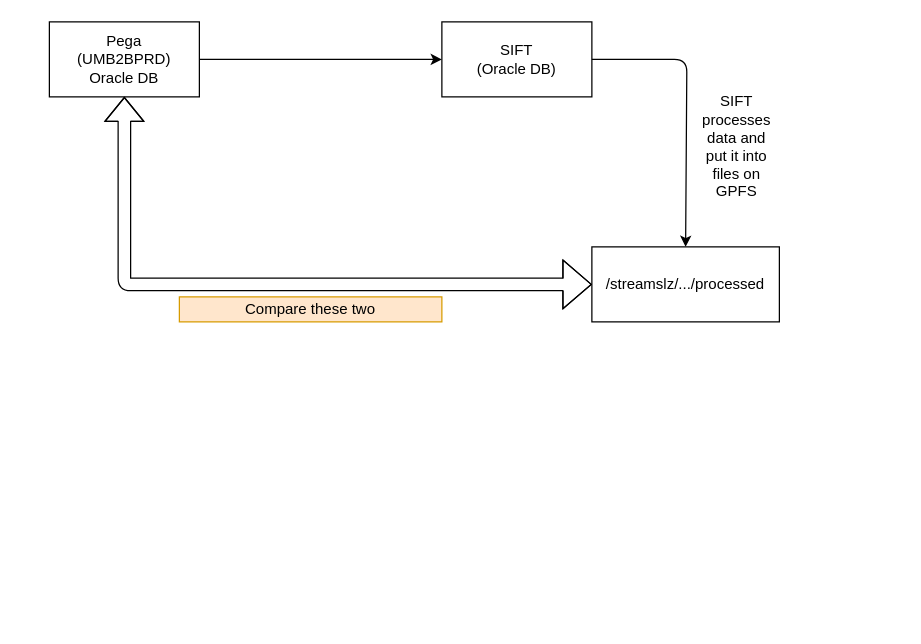
Above: Untitled Diagram.drawio in bilalmaxood/rep1 (draw.io), before the change. Source tidied: cells renumbered, new cells numbered last; positions are measured from the earlier drawing's top-left corner, leaving out a move shared by most shapes. Both pictures are drawn from the tidied source at 125%, with x=0, y=0 at pixel (49, 21).
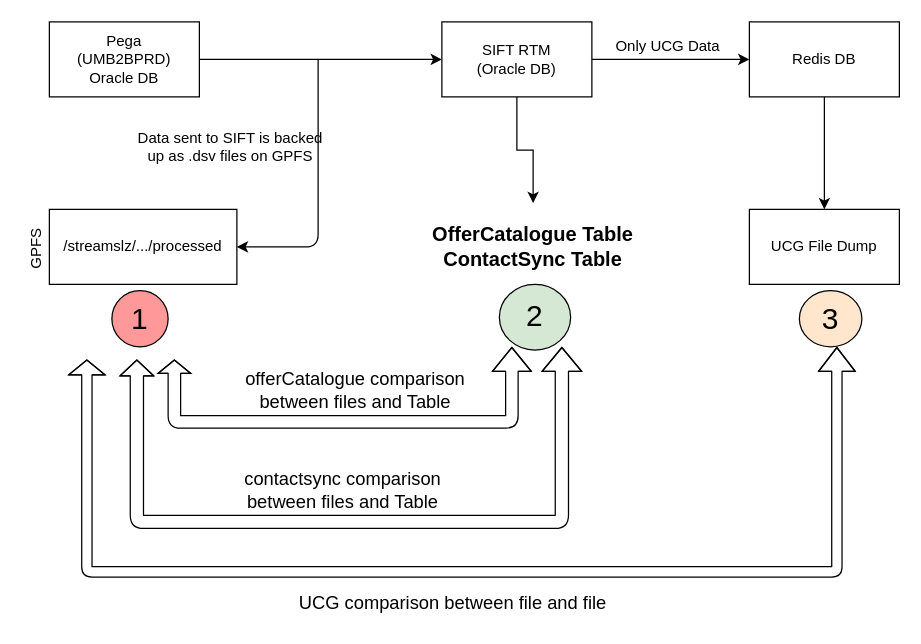
The same diagram, later.

Unchanged cells that the change refers to:
```xml
<mxCell id="2" value="Pega&lt;br&gt;(UMB2BPRD)&lt;br&gt;Oracle DB" style="rounded=0;whiteSpace=wrap;html=1;" parent="1" vertex="1">
  <mxGeometry width="120" height="60" as="geometry" />
</mxCell>
```

Change to the diagram source:
```diff
@@
+    <mxCell id="10" style="endArrow=classic;html=1;entryX=1;entryY=0.5;entryDx=0;entryDy=0;" parent="1" edge="1" target="6">
+      <mxGeometry relative="1" as="geometry">
+        <mxPoint x="215" y="30" as="sourcePoint" />
+        <Array as="points">
+          <mxPoint x="215" y="180" />
+        </Array>
+      </mxGeometry>
+    </mxCell>
@@
+    <mxCell id="11" style="edgeStyle=orthogonalEdgeStyle;rounded=0;jettySize=auto;html=1;entryX=0.5;entryY=0;entryDx=0;entryDy=0;" parent="1" edge="1" source="3" target="17">
+      <mxGeometry relative="1" as="geometry" />
+    </mxCell>
-    <mxCell id="3" value="SIFT&lt;br&gt;(Oracle DB)" style="rounded=0;whiteSpace=wrap;html=1;" parent="1" vertex="1">
+    <mxCell id="3" value="SIFT RTM&lt;br&gt;(Oracle DB)" style="rounded=0;whiteSpace=wrap;html=1;" parent="1" vertex="1">
       <mxGeometry x="314" width="120" height="60" as="geometry" />
     </mxCell>
@@
-    <mxCell id="5" style="endArrow=classic;html=1;exitX=1;exitY=0.5;exitDx=0;exitDy=0;entryX=0.5;entryY=0;entryDx=0;entryDy=0;" parent="1" edge="1" source="3" target="6">
-      <mxGeometry relative="1" as="geometry">
-        <Array as="points">
-          <mxPoint x="510" y="30" />
-        </Array>
-      </mxGeometry>
-    </mxCell>
     <mxCell id="6" value="/streamslz/.../processed" style="rounded=0;whiteSpace=wrap;html=1;" parent="1" vertex="1">
-      <mxGeometry x="434" y="180" width="150" height="60" as="geometry" />
+      <mxGeometry y="150" width="150" height="60" as="geometry" />
     </mxCell>
-    <mxCell id="7" style="shape=flexArrow;endArrow=classic;startArrow=classic;html=1;entryX=0.5;entryY=1;entryDx=0;entryDy=0;startWidth=28;startSize=7.22;exitX=0;exitY=0.5;exitDx=0;exitDy=0;" parent="1" edge="1" source="6" target="2">
-      <mxGeometry relative="1" as="geometry">
-        <Array as="points">
-          <mxPoint x="60" y="210" />
-        </Array>
-      </mxGeometry>
-    </mxCell>
-    <mxCell id="8" value="Compare these two" style="text;html=1;strokeColor=#d79b00;fillColor=#ffe6cc;align=center;verticalAlign=middle;whiteSpace=wrap;rounded=0;" parent="1" vertex="1">
-      <mxGeometry x="104" y="220" width="210" height="20" as="geometry" />
-    </mxCell>
-    <mxCell id="9" value="SIFT processes data and put it into files on GPFS&lt;br&gt;" style="text;html=1;strokeColor=none;fillColor=none;align=center;verticalAlign=middle;whiteSpace=wrap;rounded=0;rotation=0;" parent="1" vertex="1">
-      <mxGeometry x="530" y="90" width="40" height="20" as="geometry" />
-    </mxCell>
+    <mxCell id="12" value="Redis DB" style="rounded=0;whiteSpace=wrap;html=1;" parent="1" vertex="1">
+      <mxGeometry x="560" width="120" height="60" as="geometry" />
+    </mxCell>
+    <mxCell id="13" style="endArrow=classic;html=1;exitX=1;exitY=0.5;exitDx=0;exitDy=0;entryX=0;entryY=0.5;entryDx=0;entryDy=0;" parent="1" edge="1" source="3" target="12">
+      <mxGeometry relative="1" as="geometry" />
+    </mxCell>
+    <mxCell id="14" value="Only UCG Data&lt;br&gt;" style="text;html=1;strokeColor=none;fillColor=none;align=center;verticalAlign=middle;whiteSpace=wrap;rounded=0;" parent="1" vertex="1">
+      <mxGeometry x="440" y="10" width="110" height="20" as="geometry" />
+    </mxCell>
+    <mxCell id="15" value="UCG File Dump" style="rounded=0;whiteSpace=wrap;html=1;" parent="1" vertex="1">
+      <mxGeometry x="560" y="150" width="120" height="60" as="geometry" />
+    </mxCell>
+    <mxCell id="16" style="endArrow=classic;html=1;exitX=0.5;exitY=1;exitDx=0;exitDy=0;entryX=0.5;entryY=0;entryDx=0;entryDy=0;" parent="1" edge="1" source="12" target="15">
+      <mxGeometry relative="1" as="geometry" />
+    </mxCell>
+    <mxCell id="17" value="&lt;font style=&quot;font-size: 16px&quot;&gt;&lt;b&gt;OfferCatalogue Table&lt;br&gt;ContactSync Table&lt;/b&gt;&lt;/font&gt;" style="text;html=1;strokeColor=none;fillColor=none;align=center;verticalAlign=middle;whiteSpace=wrap;rounded=0;" parent="1" vertex="1">
+      <mxGeometry x="300" y="145" width="174" height="70" as="geometry" />
+    </mxCell>
+    <mxCell id="18" value="Data sent to SIFT is backed up as .dsv files on GPFS" style="text;html=1;strokeColor=none;fillColor=none;align=center;verticalAlign=middle;whiteSpace=wrap;rounded=0;" parent="1" vertex="1">
+      <mxGeometry x="70" y="70" width="150" height="60" as="geometry" />
+    </mxCell>
+    <mxCell id="19" value="&lt;font style=&quot;font-size: 24px&quot;&gt;1&lt;/font&gt;" style="ellipse;whiteSpace=wrap;html=1;labelBackgroundColor=none;fillColor=#FF9999;" parent="1" vertex="1">
+      <mxGeometry x="50" y="215" width="45" height="45" as="geometry" />
+    </mxCell>
+    <mxCell id="20" value="&lt;font style=&quot;font-size: 24px&quot;&gt;2&lt;/font&gt;" style="ellipse;whiteSpace=wrap;html=1;labelBackgroundColor=none;fillColor=#d5e8d4;" parent="1" vertex="1">
+      <mxGeometry x="360" y="210" width="57" height="52.5" as="geometry" />
+    </mxCell>
+    <mxCell id="21" value="&lt;font style=&quot;font-size: 24px&quot;&gt;3&lt;/font&gt;" style="ellipse;whiteSpace=wrap;html=1;labelBackgroundColor=none;fillColor=#ffe6cc;" parent="1" vertex="1">
+      <mxGeometry x="600" y="215" width="50" height="45" as="geometry" />
+    </mxCell>
+    <mxCell id="22" value="&lt;span style=&quot;font-size: 11.0pt ; font-family: &amp;#34;calibri&amp;#34; , sans-serif&quot;&gt;offerCatalogue comparison between files and Table&lt;/span&gt;" style="text;html=1;strokeColor=none;fillColor=none;align=center;verticalAlign=middle;whiteSpace=wrap;rounded=0;labelBackgroundColor=none;" parent="1" vertex="1">
+      <mxGeometry x="140" y="280" width="210" height="30" as="geometry" />
+    </mxCell>
+    <mxCell id="23" value="&lt;span style=&quot;font-size: 11.0pt ; font-family: &amp;#34;calibri&amp;#34; , sans-serif&quot;&gt;contactsync comparison between files and Table&lt;/span&gt;" style="text;html=1;strokeColor=none;fillColor=none;align=center;verticalAlign=middle;whiteSpace=wrap;rounded=0;labelBackgroundColor=none;" parent="1" vertex="1">
+      <mxGeometry x="140" y="360" width="190" height="30" as="geometry" />
+    </mxCell>
+    <mxCell id="24" style="shape=flexArrow;endArrow=classic;startArrow=classic;html=1;endWidth=15.294117647058824;endSize=3.2470588235294118;" parent="1" edge="1">
+      <mxGeometry relative="1" as="geometry">
+        <mxPoint x="370" y="260" as="sourcePoint" />
+        <mxPoint x="100" y="270" as="targetPoint" />
+        <Array as="points">
+          <mxPoint x="370" y="320" />
+          <mxPoint x="100" y="320" />
+        </Array>
+      </mxGeometry>
+    </mxCell>
+    <mxCell id="25" style="shape=flexArrow;endArrow=classic;startArrow=classic;html=1;endWidth=15.294117647058824;endSize=3.8705882352941177;width=10.588235294117647;" parent="1" edge="1">
+      <mxGeometry relative="1" as="geometry">
+        <mxPoint x="410" y="260" as="sourcePoint" />
+        <mxPoint x="70" y="270" as="targetPoint" />
+        <Array as="points">
+          <mxPoint x="410" y="400" />
+          <mxPoint x="70" y="400" />
+        </Array>
+      </mxGeometry>
+    </mxCell>
+    <mxCell id="26" style="shape=flexArrow;endArrow=classic;startArrow=classic;html=1;endWidth=19.723183391003463;endSize=3.611764705882353;width=8.23529411764706;" parent="1" edge="1">
+      <mxGeometry relative="1" as="geometry">
+        <mxPoint x="630" y="260" as="sourcePoint" />
+        <mxPoint x="30" y="270" as="targetPoint" />
+        <Array as="points">
+          <mxPoint x="630" y="440" />
+          <mxPoint x="30" y="440" />
+        </Array>
+      </mxGeometry>
+    </mxCell>
+    <mxCell id="27" value="&lt;span style=&quot;font-size: 11.0pt ; font-family: &amp;#34;calibri&amp;#34; , sans-serif&quot;&gt;UCG comparison between file and file&lt;/span&gt;" style="text;html=1;strokeColor=none;fillColor=none;align=center;verticalAlign=middle;whiteSpace=wrap;rounded=0;labelBackgroundColor=none;" parent="1" vertex="1">
+      <mxGeometry x="190" y="450" width="266" height="30" as="geometry" />
+    </mxCell>
+    <mxCell id="28" value="GPFS&amp;nbsp;" style="text;html=1;strokeColor=none;fillColor=none;align=center;verticalAlign=middle;whiteSpace=wrap;rounded=0;labelBackgroundColor=none;rotation=-90;" parent="1" vertex="1">
+      <mxGeometry x="-30" y="167.5" width="40" height="25" as="geometry" />
+    </mxCell>
```
